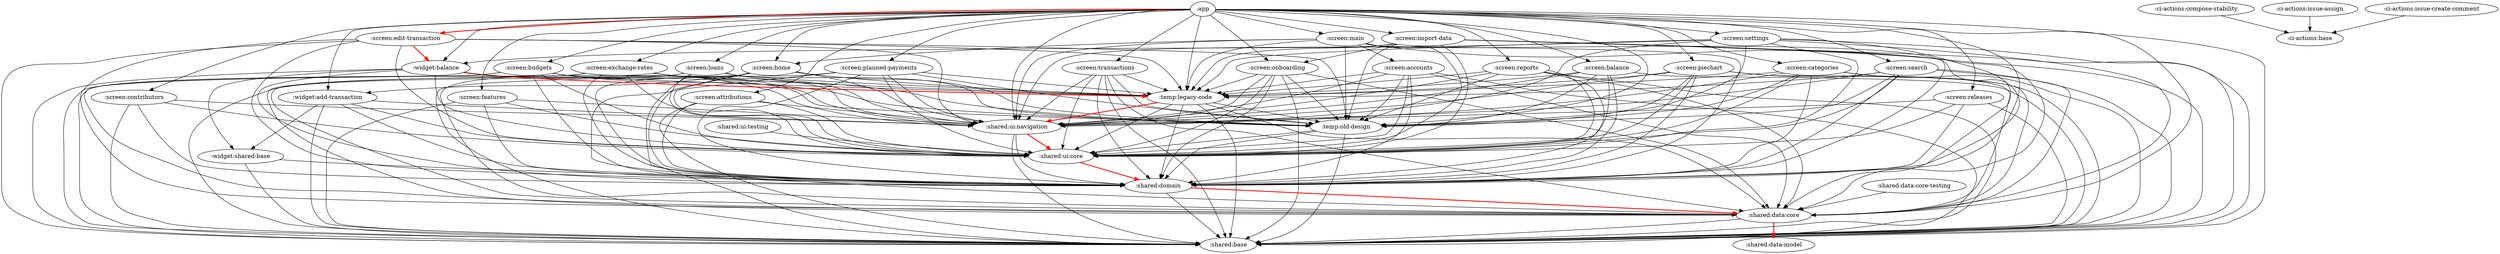
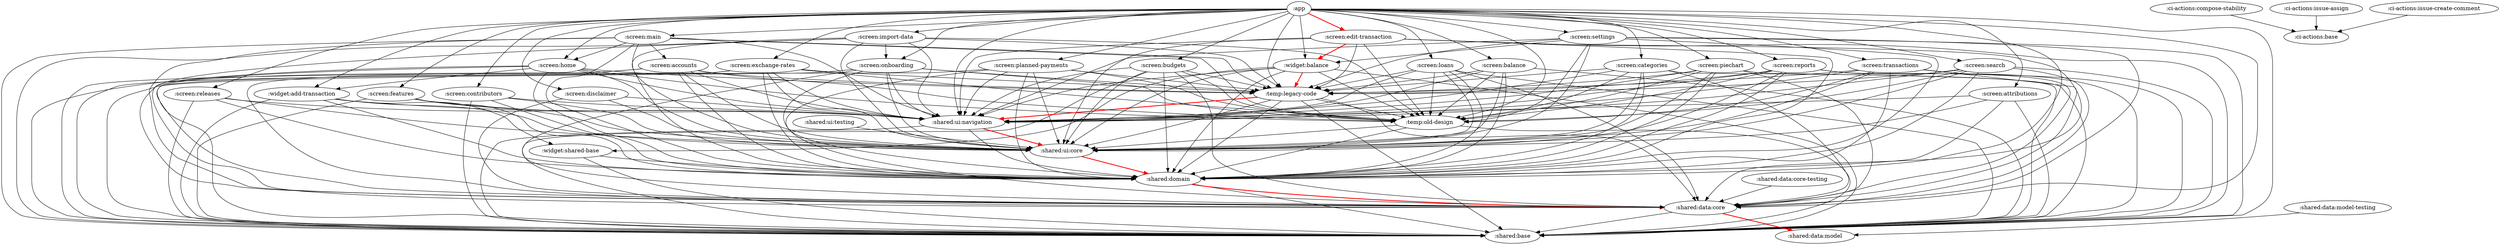
digraph G {
":app" -> ":screen:attributions"
":app" -> ":screen:balance"
":app" -> ":screen:budgets"
":app" -> ":screen:categories"
":app" -> ":screen:contributors"
+ ":app" -> ":screen:disclaimer"
":app" -> ":screen:edit-transaction" [color=red style=bold]
":app" -> ":screen:exchange-rates"
":app" -> ":screen:features"
":app" -> ":screen:home"
":app" -> ":screen:import-data"
":app" -> ":screen:loans"
":app" -> ":screen:main"
":app" -> ":screen:onboarding"
":app" -> ":screen:piechart"
":app" -> ":screen:planned-payments"
":app" -> ":screen:releases"
":app" -> ":screen:reports"
":app" -> ":screen:search"
":app" -> ":screen:settings"
":app" -> ":screen:transactions"
":app" -> ":shared:base"
":app" -> ":shared:data:core"
":app" -> ":shared:domain"
":app" -> ":shared:ui:navigation"
":app" -> ":temp:legacy-code"
":app" -> ":temp:old-design"
":app" -> ":widget:add-transaction"
":app" -> ":widget:balance"
":screen:attributions" -> ":shared:base"
":screen:attributions" -> ":shared:domain"
":screen:attributions" -> ":shared:ui:core"
":screen:attributions" -> ":shared:ui:navigation"
":screen:balance" -> ":shared:base"
":screen:balance" -> ":shared:domain"
":screen:balance" -> ":shared:ui:core"
":screen:balance" -> ":shared:ui:navigation"
":screen:balance" -> ":temp:legacy-code"
":screen:balance" -> ":temp:old-design"
":screen:budgets" -> ":shared:base"
":screen:budgets" -> ":shared:data:core"
":screen:budgets" -> ":shared:domain"
":screen:budgets" -> ":shared:ui:core"
":screen:budgets" -> ":shared:ui:navigation"
":screen:budgets" -> ":temp:legacy-code"
":screen:budgets" -> ":temp:old-design"
":screen:categories" -> ":shared:base"
":screen:categories" -> ":shared:data:core"
":screen:categories" -> ":shared:domain"
":screen:categories" -> ":shared:ui:core"
":screen:categories" -> ":shared:ui:navigation"
":screen:categories" -> ":temp:legacy-code"
":screen:categories" -> ":temp:old-design"
":screen:contributors" -> ":shared:base"
":screen:contributors" -> ":shared:domain"
":screen:contributors" -> ":shared:ui:core"
":screen:contributors" -> ":shared:ui:navigation"
+ ":screen:disclaimer" -> ":shared:data:core"
+ ":screen:disclaimer" -> ":shared:ui:core"
+ ":screen:disclaimer" -> ":shared:ui:navigation"
":screen:edit-transaction" -> ":shared:base"
":screen:edit-transaction" -> ":shared:data:core"
":screen:edit-transaction" -> ":shared:domain"
":screen:edit-transaction" -> ":shared:ui:core"
":screen:edit-transaction" -> ":shared:ui:navigation"
":screen:edit-transaction" -> ":temp:legacy-code"
":screen:edit-transaction" -> ":temp:old-design"
":screen:edit-transaction" -> ":widget:balance" [color=red style=bold]
":screen:exchange-rates" -> ":shared:base"
":screen:exchange-rates" -> ":shared:data:core"
":screen:exchange-rates" -> ":shared:domain"
":screen:exchange-rates" -> ":shared:ui:core"
":screen:exchange-rates" -> ":shared:ui:navigation"
":screen:exchange-rates" -> ":temp:legacy-code"
":screen:exchange-rates" -> ":temp:old-design"
":screen:features" -> ":shared:base"
":screen:features" -> ":shared:domain"
":screen:features" -> ":shared:ui:core"
":screen:features" -> ":shared:ui:navigation"
":screen:home" -> ":shared:base"
":screen:home" -> ":shared:data:core"
":screen:home" -> ":shared:domain"
":screen:home" -> ":shared:ui:core"
":screen:home" -> ":shared:ui:navigation"
":screen:home" -> ":temp:legacy-code"
":screen:home" -> ":temp:old-design"
":screen:home" -> ":widget:add-transaction"
":screen:import-data" -> ":screen:onboarding"
":screen:import-data" -> ":shared:base"
":screen:import-data" -> ":shared:data:core"
":screen:import-data" -> ":shared:domain"
":screen:import-data" -> ":shared:ui:core"
":screen:import-data" -> ":shared:ui:navigation"
":screen:import-data" -> ":temp:legacy-code"
":screen:import-data" -> ":temp:old-design"
":screen:loans" -> ":shared:base"
":screen:loans" -> ":shared:data:core"
":screen:loans" -> ":shared:domain"
":screen:loans" -> ":shared:ui:core"
":screen:loans" -> ":shared:ui:navigation"
":screen:loans" -> ":temp:legacy-code"
":screen:loans" -> ":temp:old-design"
":screen:main" -> ":screen:accounts"
":screen:main" -> ":screen:home"
":screen:main" -> ":shared:base"
":screen:main" -> ":shared:data:core"
":screen:main" -> ":shared:domain"
":screen:main" -> ":shared:ui:core"
":screen:main" -> ":shared:ui:navigation"
":screen:main" -> ":temp:legacy-code"
":screen:main" -> ":temp:old-design"
":screen:onboarding" -> ":shared:base"
":screen:onboarding" -> ":shared:data:core"
":screen:onboarding" -> ":shared:domain"
":screen:onboarding" -> ":shared:ui:core"
":screen:onboarding" -> ":shared:ui:navigation"
":screen:onboarding" -> ":temp:legacy-code"
":screen:onboarding" -> ":temp:old-design"
":screen:piechart" -> ":shared:base"
":screen:piechart" -> ":shared:data:core"
":screen:piechart" -> ":shared:domain"
":screen:piechart" -> ":shared:ui:core"
":screen:piechart" -> ":shared:ui:navigation"
":screen:piechart" -> ":temp:legacy-code"
":screen:piechart" -> ":temp:old-design"
":screen:planned-payments" -> ":shared:base"
":screen:planned-payments" -> ":shared:data:core"
":screen:planned-payments" -> ":shared:domain"
":screen:planned-payments" -> ":shared:ui:core"
":screen:planned-payments" -> ":shared:ui:navigation"
":screen:planned-payments" -> ":temp:legacy-code"
":screen:planned-payments" -> ":temp:old-design"
":screen:releases" -> ":shared:base"
":screen:releases" -> ":shared:domain"
":screen:releases" -> ":shared:ui:core"
":screen:releases" -> ":shared:ui:navigation"
":screen:reports" -> ":shared:base"
":screen:reports" -> ":shared:data:core"
":screen:reports" -> ":shared:domain"
":screen:reports" -> ":shared:ui:core"
":screen:reports" -> ":shared:ui:navigation"
":screen:reports" -> ":temp:legacy-code"
":screen:reports" -> ":temp:old-design"
":screen:search" -> ":shared:base"
":screen:search" -> ":shared:data:core"
":screen:search" -> ":shared:domain"
":screen:search" -> ":shared:ui:core"
":screen:search" -> ":shared:ui:navigation"
":screen:search" -> ":temp:legacy-code"
":screen:search" -> ":temp:old-design"
":screen:settings" -> ":shared:base"
":screen:settings" -> ":shared:data:core"
":screen:settings" -> ":shared:domain"
":screen:settings" -> ":shared:ui:core"
":screen:settings" -> ":shared:ui:navigation"
":screen:settings" -> ":temp:legacy-code"
":screen:settings" -> ":temp:old-design"
":screen:settings" -> ":widget:balance"
":screen:transactions" -> ":shared:base"
":screen:transactions" -> ":shared:data:core"
":screen:transactions" -> ":shared:domain"
":screen:transactions" -> ":shared:ui:core"
":screen:transactions" -> ":shared:ui:navigation"
":screen:transactions" -> ":temp:legacy-code"
":screen:transactions" -> ":temp:old-design"
":shared:data:core" -> ":shared:data:model" [color=red style=bold]
":shared:data:core" -> ":shared:base"
":shared:domain" -> ":shared:base"
":shared:domain" -> ":shared:data:core" [color=red style=bold]
":shared:ui:navigation" -> ":shared:base"
":shared:ui:navigation" -> ":shared:domain"
":shared:ui:navigation" -> ":shared:ui:core" [color=red style=bold]
":temp:legacy-code" -> ":shared:base"
":temp:legacy-code" -> ":shared:data:core"
":temp:legacy-code" -> ":shared:domain"
":temp:legacy-code" -> ":shared:ui:core"
":temp:legacy-code" -> ":shared:ui:navigation" [color=red style=bold]
":temp:legacy-code" -> ":temp:old-design"
":temp:old-design" -> ":shared:base"
":temp:old-design" -> ":shared:ui:core"
":temp:old-design" -> ":shared:domain"
":widget:add-transaction" -> ":shared:base"
":widget:add-transaction" -> ":shared:domain"
":widget:add-transaction" -> ":shared:ui:core"
":widget:add-transaction" -> ":shared:ui:navigation"
":widget:add-transaction" -> ":widget:shared-base"
":widget:balance" -> ":shared:base"
":widget:balance" -> ":shared:domain"
":widget:balance" -> ":shared:ui:core"
":widget:balance" -> ":shared:ui:navigation"
":widget:balance" -> ":temp:old-design"
":widget:balance" -> ":widget:shared-base"
":widget:balance" -> ":temp:legacy-code" [color=red style=bold]
":shared:ui:core" -> ":shared:domain" [color=red style=bold]
":screen:accounts" -> ":shared:base"
":screen:accounts" -> ":shared:data:core"
":screen:accounts" -> ":shared:domain"
":screen:accounts" -> ":shared:ui:core"
":screen:accounts" -> ":shared:ui:navigation"
":screen:accounts" -> ":temp:legacy-code"
":screen:accounts" -> ":temp:old-design"
":widget:shared-base" -> ":shared:base"
":widget:shared-base" -> ":shared:domain"
":ci-actions:compose-stability" -> ":ci-actions:base"
":ci-actions:issue-assign" -> ":ci-actions:base"
":ci-actions:issue-create-comment" -> ":ci-actions:base"
":shared:data:core-testing" -> ":shared:data:core"
+ ":shared:data:model-testing" -> ":shared:data:model"
":shared:ui:testing" -> ":shared:ui:core"
}